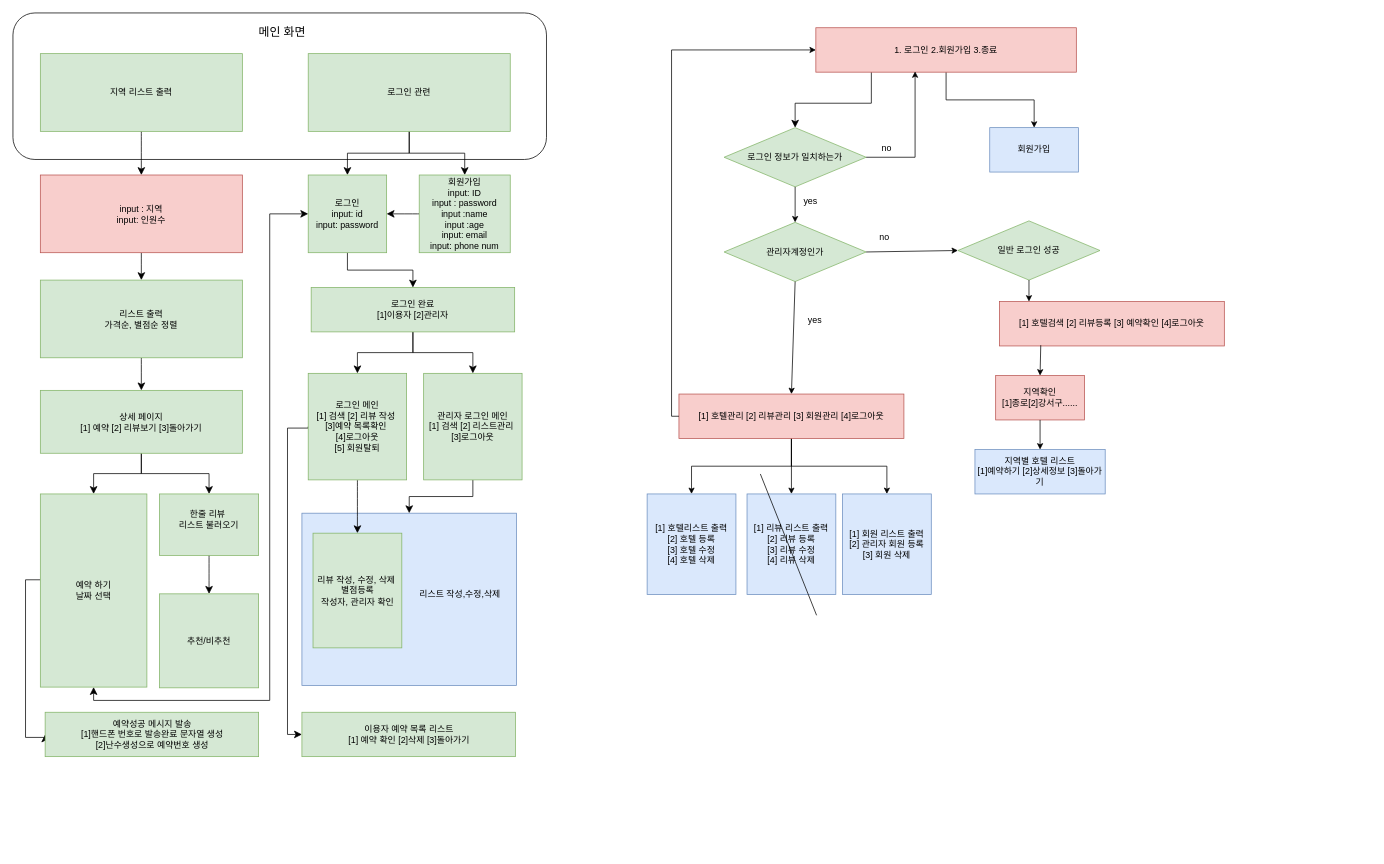
Before: 제목 없는 다이어그램.drawio in networkSorcerer/KDT_DB_PROJECT, a draw.io diagram. Source tidied: cells renumbered, new cells numbered last; positions are measured from the earlier drawing's top-left corner, leaving out a move shared by most shapes. Both pictures are drawn from the tidied source at 74%, with x=0, y=0 at pixel (13, 13).
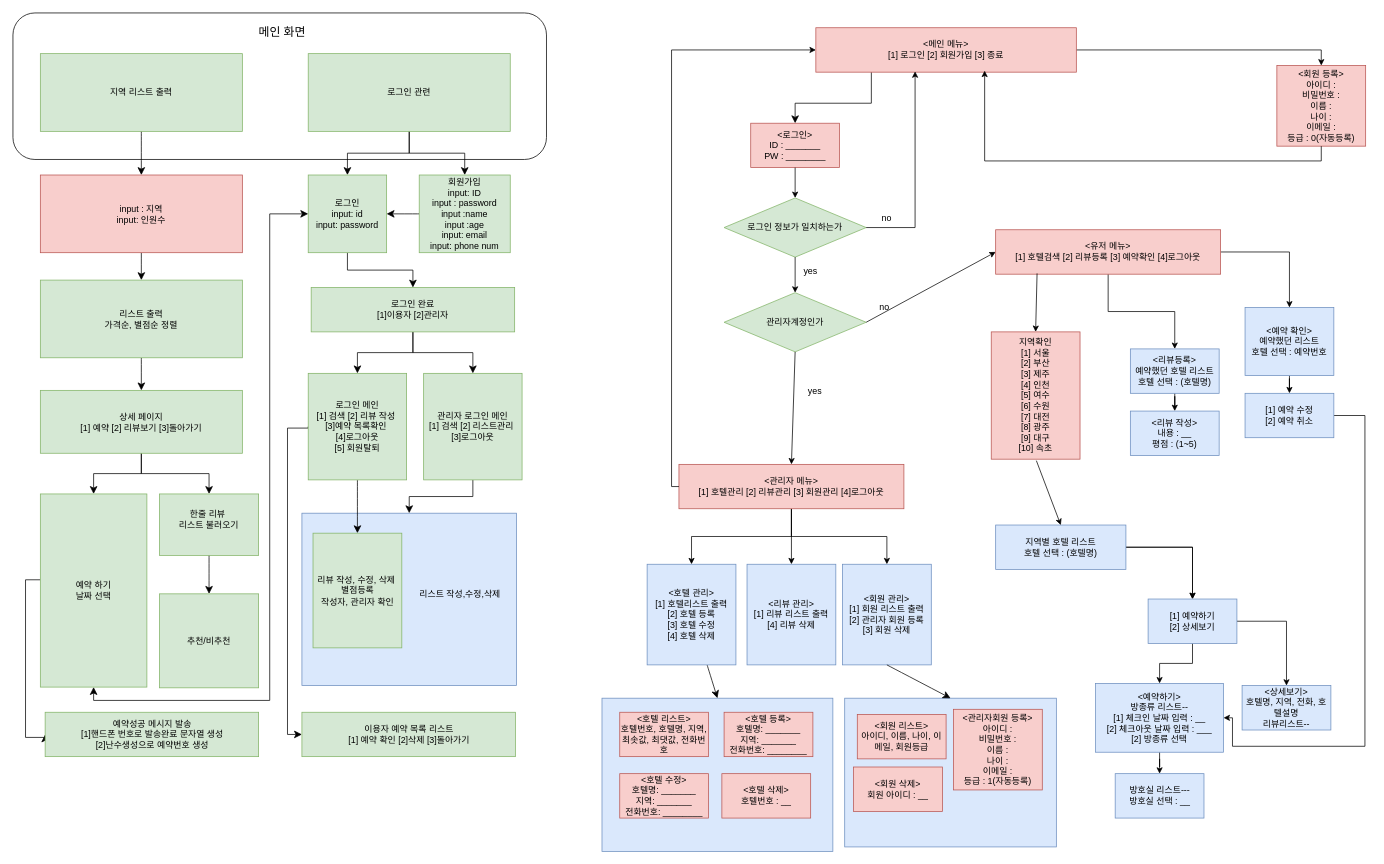
Above is the later version.

Commit message:
제목 없는 다이어그램.drawio 업데이트

Diff of the diagram source:
```diff
@@
+    <mxCell id="69" style="rounded=0;whiteSpace=wrap;html=1;fillColor=#dae8fc;strokeColor=#6c8ebf;" parent="1" vertex="1">
+      <mxGeometry x="796" y="926" width="312" height="207" as="geometry" />
+    </mxCell>
+    <mxCell id="70" style="rounded=0;whiteSpace=wrap;html=1;fillColor=#dae8fc;strokeColor=#6c8ebf;" parent="1" vertex="1">
+      <mxGeometry x="1124" y="926" width="286" height="201" as="geometry" />
+    </mxCell>
@@
-    <mxCell id="39" style="edgeStyle=orthogonalEdgeStyle;rounded=0;jettySize=auto;html=1;fontSize=12;startSize=8;endSize=8;entryX=0.5;entryY=0;entryDx=0;entryDy=0;" parent="1" edge="1" source="41" target="42">
+    <mxCell id="39" style="edgeStyle=orthogonalEdgeStyle;rounded=0;jettySize=auto;html=1;fontSize=12;startSize=8;endSize=8;entryX=0.5;entryY=0;entryDx=0;entryDy=0;" parent="1" edge="1" source="41" target="76">
       <mxGeometry relative="1" as="geometry">
         <Array as="points">
           <mxPoint x="1160" y="122" />
           <mxPoint x="1057" y="122" />
         </Array>
       </mxGeometry>
     </mxCell>
-    <mxCell id="40" style="edgeStyle=orthogonalEdgeStyle;rounded=0;jettySize=auto;html=1;entryX=0.5;entryY=0;entryDx=0;entryDy=0;" parent="1" edge="1" source="41" target="68">
+    <mxCell id="40" style="edgeStyle=orthogonalEdgeStyle;rounded=0;jettySize=auto;html=1;entryX=0.5;entryY=0;entryDx=0;entryDy=0;" parent="1" edge="1" source="41" target="86">
       <mxGeometry relative="1" as="geometry" />
     </mxCell>
-    <mxCell id="41" value="1. 로그인 2.회원가입 3.종료" style="rounded=0;whiteSpace=wrap;html=1;fillColor=#f8cecc;strokeColor=#b85450;" parent="1" vertex="1">
+    <mxCell id="41" value="&lt;div&gt;&amp;lt;메인 메뉴&amp;gt;&lt;/div&gt;[1] 로그인 [2] 회원가입 [3] 종료" style="rounded=0;whiteSpace=wrap;html=1;fillColor=#f8cecc;strokeColor=#b85450;" parent="1" vertex="1">
       <mxGeometry x="1085" y="20" width="352" height="60" as="geometry" />
     </mxCell>
     <mxCell id="42" value="로그인 정보가 일치하는가" style="rhombus;whiteSpace=wrap;html=1;fillColor=#d5e8d4;strokeColor=#82b366;" parent="1" vertex="1">
-      <mxGeometry x="961" y="155" width="192" height="80" as="geometry" />
+      <mxGeometry x="961" y="250" width="192" height="80" as="geometry" />
     </mxCell>
@@
     <mxCell id="45" value="no" style="text;html=1;align=center;verticalAlign=middle;whiteSpace=wrap;rounded=0;" parent="1" vertex="1">
-      <mxGeometry x="1151" y="168" width="60" height="30" as="geometry" />
+      <mxGeometry x="1151" y="263" width="60" height="30" as="geometry" />
     </mxCell>
     <mxCell id="46" value="yes" style="text;html=1;align=center;verticalAlign=middle;whiteSpace=wrap;rounded=0;" parent="1" vertex="1">
-      <mxGeometry x="1048" y="239" width="60" height="30" as="geometry" />
+      <mxGeometry x="1048" y="334" width="60" height="30" as="geometry" />
     </mxCell>
     <mxCell id="47" value="관리자계정인가" style="rhombus;whiteSpace=wrap;html=1;fillColor=#d5e8d4;strokeColor=#82b366;" parent="1" vertex="1">
-      <mxGeometry x="961" y="283" width="192" height="80" as="geometry" />
+      <mxGeometry x="961" y="378" width="192" height="80" as="geometry" />
     </mxCell>
@@
-    <mxCell id="49" style="endArrow=classic;html=1;rounded=0;exitX=1;exitY=0.5;exitDx=0;exitDy=0;entryX=0;entryY=0.5;entryDx=0;entryDy=0;" parent="1" edge="1" source="47" target="52">
+    <mxCell id="49" style="endArrow=classic;html=1;rounded=0;exitX=1;exitY=0.5;exitDx=0;exitDy=0;entryX=0;entryY=0.5;entryDx=0;entryDy=0;" parent="1" edge="1" source="47" target="63">
       <mxGeometry relative="1" as="geometry" />
     </mxCell>
     <mxCell id="50" value="yes" style="text;html=1;align=center;verticalAlign=middle;whiteSpace=wrap;rounded=0;" parent="1" vertex="1">
-      <mxGeometry x="1054" y="401" width="60" height="30" as="geometry" />
+      <mxGeometry x="1054" y="496" width="60" height="30" as="geometry" />
     </mxCell>
     <mxCell id="51" value="no" style="text;html=1;align=center;verticalAlign=middle;whiteSpace=wrap;rounded=0;" parent="1" vertex="1">
-      <mxGeometry x="1148" y="288" width="60" height="30" as="geometry" />
+      <mxGeometry x="1148" y="383" width="60" height="30" as="geometry" />
     </mxCell>
-    <mxCell id="52" value="일반 로그인 성공" style="rhombus;whiteSpace=wrap;html=1;fillColor=#d5e8d4;strokeColor=#82b366;" parent="1" vertex="1">
-      <mxGeometry x="1277" y="281" width="192" height="80" as="geometry" />
-    </mxCell>
-    <mxCell id="53" style="endArrow=classic;html=1;rounded=0;exitX=0.5;exitY=1;exitDx=0;exitDy=0;entryX=0.5;entryY=0;entryDx=0;entryDy=0;" parent="1" edge="1" source="52">
-      <mxGeometry relative="1" as="geometry">
-        <mxPoint x="1373" y="390" as="targetPoint" />
-      </mxGeometry>
-    </mxCell>
@@
-    <mxCell id="57" value="[1] 호텔관리 [2] 리뷰관리 [3] 회원관리 [4]로그아웃" style="rounded=0;whiteSpace=wrap;html=1;fillColor=#f8cecc;strokeColor=#b85450;" parent="1" vertex="1">
-      <mxGeometry x="900" y="515" width="304" height="60" as="geometry" />
+    <mxCell id="57" value="&lt;div&gt;&amp;lt;관리자 메뉴&amp;gt;&lt;/div&gt;[1] 호텔관리 [2] 리뷰관리 [3] 회원관리 [4]로그아웃" style="rounded=0;whiteSpace=wrap;html=1;fillColor=#f8cecc;strokeColor=#b85450;" parent="1" vertex="1">
+      <mxGeometry x="900" y="610" width="304" height="60" as="geometry" />
     </mxCell>
+    <mxCell id="71" style="edgeStyle=none;curved=1;rounded=0;jettySize=auto;html=1;entryX=0.5;entryY=0;entryDx=0;entryDy=0;fontSize=12;startSize=8;endSize=8;" parent="1" edge="1" source="58" target="69">
+      <mxGeometry relative="1" as="geometry" />
+    </mxCell>
-    <mxCell id="58" value="[1] 호텔리스트 출력&lt;div&gt;[2] 호텔 등록&lt;/div&gt;&lt;div&gt;[3] 호텔 수정&lt;/div&gt;&lt;div&gt;[4] 호텔 삭제&lt;/div&gt;" style="rounded=0;whiteSpace=wrap;html=1;fillColor=#dae8fc;strokeColor=#6c8ebf;" parent="1" vertex="1">
-      <mxGeometry x="857" y="650" width="120" height="136" as="geometry" />
+    <mxCell id="58" value="&lt;div&gt;&amp;lt;호텔 관리&amp;gt;&lt;/div&gt;[1] 호텔리스트 출력&lt;div&gt;[2] 호텔 등록&lt;/div&gt;&lt;div&gt;[3] 호텔 수정&lt;/div&gt;&lt;div&gt;[4] 호텔 삭제&lt;/div&gt;" style="rounded=0;whiteSpace=wrap;html=1;fillColor=#dae8fc;strokeColor=#6c8ebf;" parent="1" vertex="1">
+      <mxGeometry x="857" y="745" width="120" height="136" as="geometry" />
     </mxCell>
-    <mxCell id="59" value="[1] 리뷰 리스트 출력&lt;div&gt;[2] 리뷰 등록&lt;/div&gt;&lt;div&gt;[3] 리뷰 수정&lt;/div&gt;&lt;div&gt;[4] 리뷰 삭제&lt;/div&gt;" style="rounded=0;whiteSpace=wrap;html=1;fillColor=#dae8fc;strokeColor=#6c8ebf;" parent="1" vertex="1">
-      <mxGeometry x="992" y="650" width="120" height="136" as="geometry" />
+    <mxCell id="59" value="&lt;div&gt;&amp;lt;리뷰 관리&amp;gt;&lt;/div&gt;[1] 리뷰 리스트 출력&lt;div&gt;[4] 리뷰 삭제&lt;/div&gt;" style="rounded=0;whiteSpace=wrap;html=1;fillColor=#dae8fc;strokeColor=#6c8ebf;" parent="1" vertex="1">
+      <mxGeometry x="992" y="745" width="120" height="136" as="geometry" />
     </mxCell>
-    <mxCell id="60" value="[1] 회원 리스트 출력&lt;div&gt;[2] 관리자 회원 등록&lt;/div&gt;&lt;div&gt;[3] 회원 삭제&lt;/div&gt;" style="rounded=0;whiteSpace=wrap;html=1;fillColor=#dae8fc;strokeColor=#6c8ebf;" parent="1" vertex="1">
-      <mxGeometry x="1121" y="650" width="120" height="136" as="geometry" />
+    <mxCell id="60" value="&lt;div&gt;&amp;lt;회원 관리&amp;gt;&lt;/div&gt;[1] 회원 리스트 출력&lt;div&gt;[2] 관리자 회원 등록&lt;/div&gt;&lt;div&gt;[3] 회원 삭제&lt;/div&gt;" style="rounded=0;whiteSpace=wrap;html=1;fillColor=#dae8fc;strokeColor=#6c8ebf;" parent="1" vertex="1">
+      <mxGeometry x="1121" y="745" width="120" height="136" as="geometry" />
     </mxCell>
@@
-    <mxCell id="62" style="endArrow=none;html=1;rounded=0;" parent="1" edge="1">
-      <mxGeometry relative="1" as="geometry">
-        <mxPoint x="1086" y="814" as="sourcePoint" />
-        <mxPoint x="1010" y="623" as="targetPoint" />
-      </mxGeometry>
-    </mxCell>
+    <mxCell id="72" style="edgeStyle=orthogonalEdgeStyle;rounded=0;jettySize=auto;html=1;" parent="1" edge="1" source="63" target="92">
+      <mxGeometry relative="1" as="geometry" />
+    </mxCell>
+    <mxCell id="73" style="edgeStyle=orthogonalEdgeStyle;rounded=0;jettySize=auto;html=1;" parent="1" edge="1" source="63" target="95">
+      <mxGeometry relative="1" as="geometry" />
+    </mxCell>
-    <mxCell id="63" value="[1] 호텔검색 [2] 리뷰등록 [3] 예약확인 [4]로그아웃" style="rounded=0;whiteSpace=wrap;html=1;fillColor=#f8cecc;strokeColor=#b85450;" parent="1" vertex="1">
-      <mxGeometry x="1333" y="390" width="304" height="60" as="geometry" />
+    <mxCell id="63" value="&lt;div&gt;&amp;lt;유저 메뉴&amp;gt;&lt;/div&gt;[1] 호텔검색 [2] 리뷰등록 [3] 예약확인 [4]로그아웃" style="rounded=0;whiteSpace=wrap;html=1;fillColor=#f8cecc;strokeColor=#b85450;" parent="1" vertex="1">
+      <mxGeometry x="1328" y="293" width="304" height="60" as="geometry" />
     </mxCell>
+    <mxCell id="74" style="edgeStyle=orthogonalEdgeStyle;rounded=0;jettySize=auto;html=1;" parent="1" edge="1" source="64" target="90">
+      <mxGeometry relative="1" as="geometry" />
+    </mxCell>
+    <mxCell id="75" style="edgeStyle=orthogonalEdgeStyle;rounded=0;jettySize=auto;html=1;" parent="1" edge="1" source="64" target="90">
+      <mxGeometry relative="1" as="geometry" />
+    </mxCell>
-    <mxCell id="64" value="지역별 호텔 리스트&lt;div&gt;[1]예약하기 [2]상세정보 [3]돌아가기&lt;/div&gt;" style="rounded=0;whiteSpace=wrap;html=1;fillColor=#dae8fc;strokeColor=#6c8ebf;" parent="1" vertex="1">
-      <mxGeometry x="1300" y="590" width="176" height="60" as="geometry" />
+    <mxCell id="64" value="지역별 호텔 리스트&lt;div&gt;호텔 선택 : (호텔명)&lt;/div&gt;" style="rounded=0;whiteSpace=wrap;html=1;fillColor=#dae8fc;strokeColor=#6c8ebf;" parent="1" vertex="1">
+      <mxGeometry x="1328" y="692" width="176" height="60" as="geometry" />
     </mxCell>
@@
-    <mxCell id="66" value="지역확인&lt;div&gt;[1]종로[2]강서구......&lt;/div&gt;" style="rounded=0;whiteSpace=wrap;html=1;fillColor=#f8cecc;strokeColor=#b85450;" parent="1" vertex="1">
-      <mxGeometry x="1328" y="490" width="120" height="60" as="geometry" />
+    <mxCell id="66" value="지역확인&lt;div&gt;[1] 서울&lt;/div&gt;&lt;div&gt;[2] 부산&lt;/div&gt;&lt;div&gt;[3] 제주&lt;/div&gt;&lt;div&gt;[4] 인천&lt;/div&gt;&lt;div&gt;[5] 여수&lt;/div&gt;&lt;div&gt;[6] 수원&lt;/div&gt;&lt;div&gt;[7] 대전&lt;/div&gt;&lt;div&gt;[8] 광주&lt;/div&gt;&lt;div&gt;[9] 대구&lt;/div&gt;&lt;div&gt;[10] 속초&lt;/div&gt;" style="rounded=0;whiteSpace=wrap;html=1;fillColor=#f8cecc;strokeColor=#b85450;" parent="1" vertex="1">
+      <mxGeometry x="1322" y="431" width="120" height="172" as="geometry" />
     </mxCell>
-    <mxCell id="67" style="endArrow=classic;html=1;rounded=0;exitX=0.5;exitY=1;exitDx=0;exitDy=0;entryX=0.5;entryY=0;entryDx=0;entryDy=0;" parent="1" edge="1" source="66" target="64">
-      <mxGeometry relative="1" as="geometry" />
+    <mxCell id="67" style="endArrow=classic;html=1;rounded=0;exitX=1;exitY=0.5;exitDx=0;exitDy=0;entryX=0.5;entryY=0;entryDx=0;entryDy=0;" parent="1" edge="1" target="64">
+      <mxGeometry relative="1" as="geometry">
+        <mxPoint x="1383" y="605" as="sourcePoint" />
+      </mxGeometry>
     </mxCell>
-    <mxCell id="68" value="회원가입" style="rounded=0;whiteSpace=wrap;html=1;fillColor=#dae8fc;strokeColor=#6c8ebf;" parent="1" vertex="1">
-      <mxGeometry x="1320" y="155" width="120" height="60" as="geometry" />
-    </mxCell>
+    <mxCell id="76" value="&amp;lt;로그인&amp;gt;&lt;div&gt;ID : _______&lt;/div&gt;&lt;div&gt;PW : ________&lt;/div&gt;" style="rounded=0;whiteSpace=wrap;html=1;fillColor=#f8cecc;strokeColor=#b85450;" parent="1" vertex="1">
+      <mxGeometry x="997" y="149" width="120" height="60" as="geometry" />
+    </mxCell>
+    <mxCell id="77" style="endArrow=classic;html=1;rounded=0;entryX=0.5;entryY=0;entryDx=0;entryDy=0;exitX=0.5;exitY=1;exitDx=0;exitDy=0;" parent="1" edge="1" source="76" target="42">
+      <mxGeometry relative="1" as="geometry" />
+    </mxCell>
+    <mxCell id="78" value="&amp;lt;호텔 등록&amp;gt;&lt;div&gt;호텔명: _______&lt;/div&gt;&lt;div&gt;지역: _______&lt;/div&gt;&lt;div&gt;전화번호: ________&lt;/div&gt;" style="rounded=0;whiteSpace=wrap;html=1;fillColor=#f8cecc;strokeColor=#b85450;" parent="1" vertex="1">
+      <mxGeometry x="961" y="945" width="120" height="60" as="geometry" />
+    </mxCell>
+    <mxCell id="79" value="&amp;lt;호텔 리스트&amp;gt;&lt;div&gt;호텔번호, 호텔명, 지역, 최솟값, 최댓값, 전화번호&lt;/div&gt;" style="rounded=0;whiteSpace=wrap;html=1;fillColor=#f8cecc;strokeColor=#b85450;" parent="1" vertex="1">
+      <mxGeometry x="820" y="945" width="120" height="60" as="geometry" />
+    </mxCell>
+    <mxCell id="80" value="&amp;lt;호텔 수정&amp;gt;&lt;div&gt;호텔명: _______&lt;/div&gt;&lt;div&gt;지역: _______&lt;/div&gt;&lt;div&gt;전화번호: ________&lt;/div&gt;" style="rounded=0;whiteSpace=wrap;html=1;fillColor=#f8cecc;strokeColor=#b85450;" parent="1" vertex="1">
+      <mxGeometry x="820" y="1028" width="120" height="60" as="geometry" />
+    </mxCell>
+    <mxCell id="81" value="&amp;lt;호텔 삭제&amp;gt;&lt;div&gt;호텔번호 : __&lt;/div&gt;" style="rounded=0;whiteSpace=wrap;html=1;fillColor=#f8cecc;strokeColor=#b85450;" parent="1" vertex="1">
+      <mxGeometry x="958" y="1028" width="120" height="60" as="geometry" />
+    </mxCell>
+    <mxCell id="82" style="edgeStyle=none;curved=1;rounded=0;jettySize=auto;html=1;fontSize=12;startSize=8;endSize=8;exitX=0.5;exitY=1;exitDx=0;exitDy=0;entryX=0.5;entryY=0;entryDx=0;entryDy=0;" parent="1" edge="1" source="60" target="70">
+      <mxGeometry relative="1" as="geometry" />
+    </mxCell>
+    <mxCell id="83" value="&amp;lt;관리자회원 등록&amp;gt;&lt;div&gt;아이디 :&lt;/div&gt;&lt;div&gt;비밀번호 :&lt;/div&gt;&lt;div&gt;이름 :&lt;/div&gt;&lt;div&gt;나이 :&lt;/div&gt;&lt;div&gt;이메일 :&lt;/div&gt;&lt;div&gt;등급 : 1(자동등록)&lt;/div&gt;" style="rounded=0;whiteSpace=wrap;html=1;fillColor=#f8cecc;strokeColor=#b85450;" parent="1" vertex="1">
+      <mxGeometry x="1271" y="941" width="120" height="109" as="geometry" />
+    </mxCell>
+    <mxCell id="84" value="&amp;lt;회원 삭제&amp;gt;&lt;div&gt;회원 아이디 : __&lt;/div&gt;" style="rounded=0;whiteSpace=wrap;html=1;fillColor=#f8cecc;strokeColor=#b85450;" parent="1" vertex="1">
+      <mxGeometry x="1136" y="1019" width="120" height="60" as="geometry" />
+    </mxCell>
+    <mxCell id="85" value="&amp;lt;회원 리스트&amp;gt;&lt;div&gt;아이디, 이름, 나이, 이메일, 회원등급&lt;/div&gt;" style="rounded=0;whiteSpace=wrap;html=1;fillColor=#f8cecc;strokeColor=#b85450;" parent="1" vertex="1">
+      <mxGeometry x="1141" y="948" width="120" height="60" as="geometry" />
+    </mxCell>
+    <mxCell id="86" value="&amp;lt;회원 등록&amp;gt;&lt;div&gt;아이디 :&lt;/div&gt;&lt;div&gt;비밀번호 :&lt;/div&gt;&lt;div&gt;이름 :&lt;/div&gt;&lt;div&gt;나이 :&lt;/div&gt;&lt;div&gt;이메일 :&lt;/div&gt;&lt;div&gt;등급 : 0(자동등록)&lt;/div&gt;" style="rounded=0;whiteSpace=wrap;html=1;fillColor=#f8cecc;strokeColor=#b85450;" parent="1" vertex="1">
+      <mxGeometry x="1708" y="71" width="120" height="109" as="geometry" />
+    </mxCell>
+    <mxCell id="87" style="edgeStyle=orthogonalEdgeStyle;rounded=0;jettySize=auto;html=1;exitX=0.5;exitY=1;exitDx=0;exitDy=0;entryX=0.648;entryY=0.967;entryDx=0;entryDy=0;entryPerimeter=0;" parent="1" edge="1" source="86" target="41">
+      <mxGeometry relative="1" as="geometry">
+        <Array as="points">
+          <mxPoint x="1768" y="200" />
+          <mxPoint x="1313" y="200" />
+        </Array>
+      </mxGeometry>
+    </mxCell>
+    <mxCell id="88" style="edgeStyle=orthogonalEdgeStyle;rounded=0;jettySize=auto;html=1;" parent="1" edge="1" source="90" target="99">
+      <mxGeometry relative="1" as="geometry" />
+    </mxCell>
+    <mxCell id="89" style="edgeStyle=orthogonalEdgeStyle;rounded=0;jettySize=auto;html=1;" parent="1" edge="1" source="90" target="101">
+      <mxGeometry relative="1" as="geometry" />
+    </mxCell>
+    <mxCell id="90" value="[1] 예약하기&lt;div&gt;[2] 상세보기&lt;/div&gt;" style="whiteSpace=wrap;html=1;fillColor=#dae8fc;strokeColor=#6c8ebf;rounded=0;" parent="1" vertex="1">
+      <mxGeometry x="1534" y="792" width="120" height="60" as="geometry" />
+    </mxCell>
+    <mxCell id="91" style="edgeStyle=orthogonalEdgeStyle;rounded=0;jettySize=auto;html=1;" parent="1" edge="1" source="92" target="93">
+      <mxGeometry relative="1" as="geometry" />
+    </mxCell>
+    <mxCell id="92" value="&amp;lt;리뷰등록&amp;gt;&lt;div&gt;예약했던 호텔 리스트&lt;/div&gt;&lt;div&gt;호텔 선택 : (호텔명)&lt;/div&gt;" style="rounded=0;whiteSpace=wrap;html=1;fillColor=#dae8fc;strokeColor=#6c8ebf;" parent="1" vertex="1">
+      <mxGeometry x="1510" y="454" width="120" height="60" as="geometry" />
+    </mxCell>
+    <mxCell id="93" value="&amp;lt;리뷰 작성&amp;gt;&lt;div&gt;내용 : __&lt;/div&gt;&lt;div&gt;평점 : (1~5)&lt;/div&gt;" style="whiteSpace=wrap;html=1;rounded=0;fillColor=#dae8fc;strokeColor=#6c8ebf;" parent="1" vertex="1">
+      <mxGeometry x="1510" y="538" width="120" height="60" as="geometry" />
+    </mxCell>
+    <mxCell id="94" style="edgeStyle=orthogonalEdgeStyle;rounded=0;jettySize=auto;html=1;" parent="1" edge="1" source="95" target="97">
+      <mxGeometry relative="1" as="geometry" />
+    </mxCell>
+    <mxCell id="95" value="&amp;lt;예약 확인&amp;gt;&lt;div&gt;예약했던 리스트&lt;/div&gt;&lt;div&gt;호텔 선택 : 예약번호&lt;/div&gt;" style="rounded=0;whiteSpace=wrap;html=1;fillColor=#dae8fc;strokeColor=#6c8ebf;" parent="1" vertex="1">
+      <mxGeometry x="1665" y="398" width="120" height="92" as="geometry" />
+    </mxCell>
+    <mxCell id="96" style="edgeStyle=orthogonalEdgeStyle;rounded=0;jettySize=auto;html=1;entryX=1;entryY=0.5;entryDx=0;entryDy=0;" parent="1" edge="1" source="97" target="99">
+      <mxGeometry relative="1" as="geometry">
+        <Array as="points">
+          <mxPoint x="1827" y="544" />
+          <mxPoint x="1827" y="991" />
+          <mxPoint x="1648" y="991" />
+          <mxPoint x="1648" y="953" />
+        </Array>
+      </mxGeometry>
+    </mxCell>
+    <mxCell id="97" value="&lt;div&gt;[1] 예약 수정&lt;/div&gt;&lt;div&gt;[2] 예약 취소&lt;/div&gt;" style="whiteSpace=wrap;html=1;rounded=0;fillColor=#dae8fc;strokeColor=#6c8ebf;" parent="1" vertex="1">
+      <mxGeometry x="1665" y="514" width="120" height="60" as="geometry" />
+    </mxCell>
+    <mxCell id="98" style="edgeStyle=orthogonalEdgeStyle;rounded=0;jettySize=auto;html=1;" parent="1" edge="1" source="99" target="100">
+      <mxGeometry relative="1" as="geometry" />
+    </mxCell>
+    <mxCell id="99" value="&amp;lt;예약하기&amp;gt;&lt;div&gt;방종류 리스트--&lt;br&gt;&lt;div&gt;&lt;div&gt;[1] 체크인 날짜 입력 : __&lt;/div&gt;&lt;div&gt;[2] 체크아웃 날짜 입력 : ___&lt;/div&gt;&lt;div&gt;[2] 방종류 선택&lt;br&gt;&lt;/div&gt;&lt;/div&gt;&lt;/div&gt;" style="whiteSpace=wrap;html=1;fillColor=#dae8fc;strokeColor=#6c8ebf;rounded=0;" parent="1" vertex="1">
+      <mxGeometry x="1463" y="906" width="173" height="93" as="geometry" />
+    </mxCell>
+    <mxCell id="100" value="방호실 리스트---&lt;div&gt;방호실 선택 : __&lt;/div&gt;" style="whiteSpace=wrap;html=1;fillColor=#dae8fc;strokeColor=#6c8ebf;rounded=0;" parent="1" vertex="1">
+      <mxGeometry x="1489.5" y="1028" width="120" height="60" as="geometry" />
+    </mxCell>
+    <mxCell id="101" value="&amp;lt;상세보기&amp;gt;&lt;div&gt;호텔명, 지역, 전화, 호텔설명&lt;/div&gt;&lt;div&gt;리뷰리스트--&lt;/div&gt;" style="whiteSpace=wrap;html=1;fillColor=#dae8fc;strokeColor=#6c8ebf;rounded=0;" parent="1" vertex="1">
+      <mxGeometry x="1661" y="909" width="120" height="60" as="geometry" />
+    </mxCell>
```
